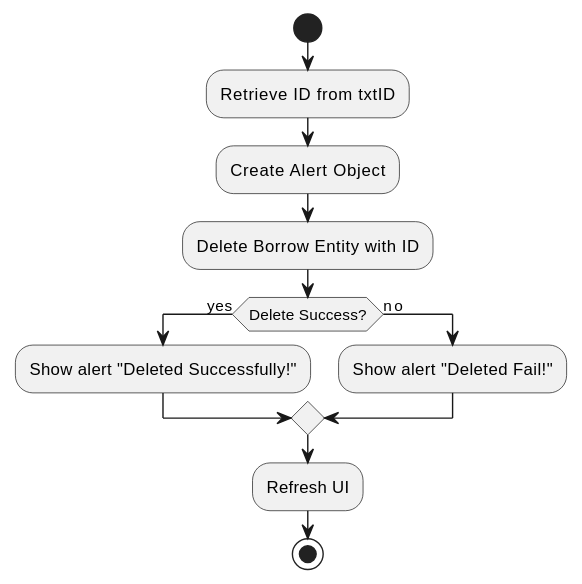
Above: docs/design/borrowing/DeleteBorrowing.svg in viettq1997/library-management-system (PlantUML), before the change.
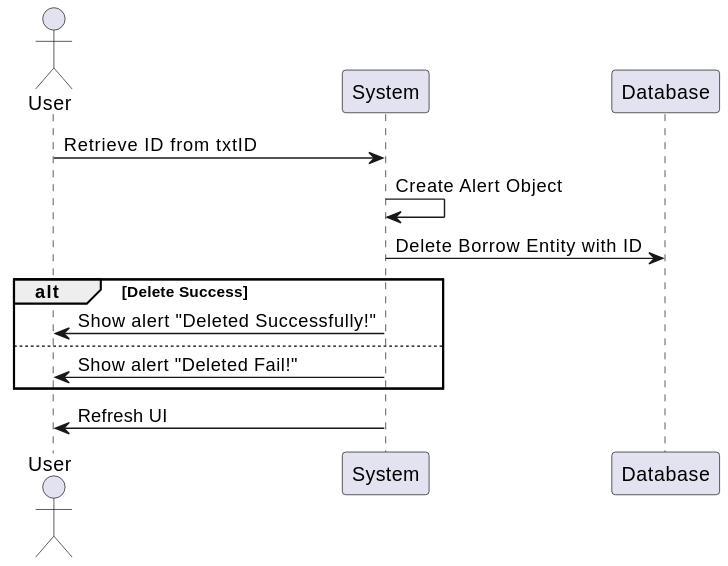
The same diagram one commit later.

What changed in the source:
```diff
@@ -1,17 +1,17 @@
 @startuml
-start
+actor User
+participant "System" as System
+participant "Database" as DB
 
-:Retrieve ID from txtID;
-:Create Alert Object;
+User -> System: Retrieve ID from txtID
+System -> System: Create Alert Object
+System -> DB: Delete Borrow Entity with ID
 
-:Delete Borrow Entity with ID;
+alt Delete Success
+  System -> User: Show alert "Deleted Successfully!"
+else
+  System -> User: Show alert "Deleted Fail!"
+end
 
-if (Delete Success?) then (yes)
-  :Show alert "Deleted Successfully!";
-else (no)
-  :Show alert "Deleted Fail!";
-endif
-
-:Refresh UI;
-stop
+System -> User: Refresh UI
 @enduml
```
